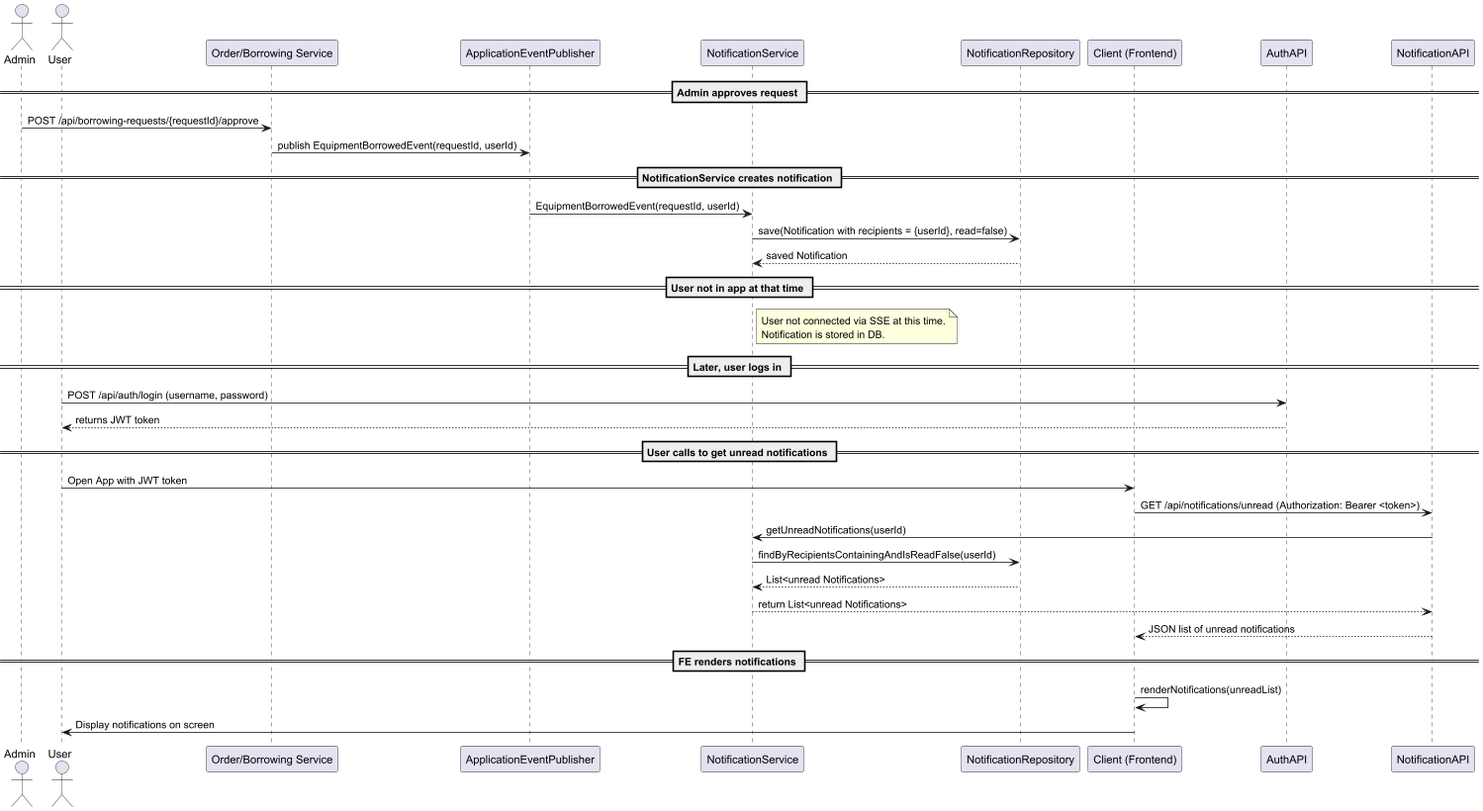
This is src/main/java/org/example/sem_backend/modules/notification_module/docs/getNotifySequence.png from tammysensitive2312/SEM_Software_back-end, a PlantUML export, as it was before one commit.
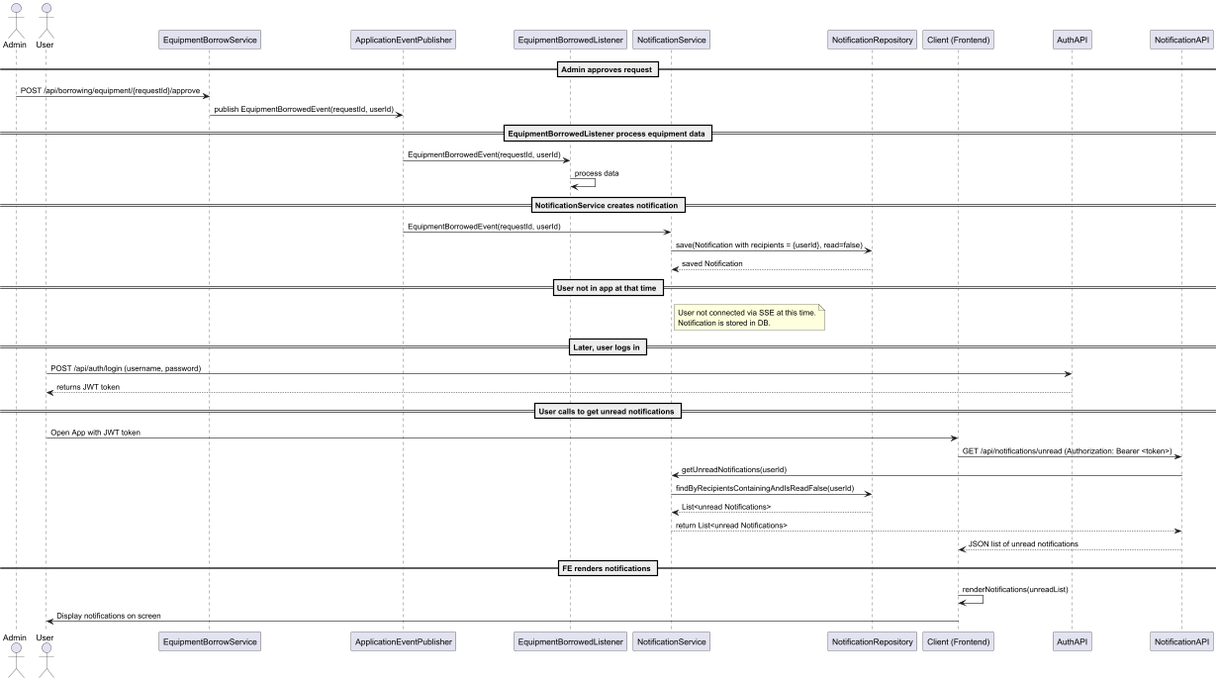
After the change.

Change to the diagram source:
```diff
@@ -1,8 +1,9 @@
 @startuml
 actor "Admin" as A
 actor "User" as U
-participant "Order/Borrowing Service" as BS
+participant "EquipmentBorrowService" as BS
 participant "ApplicationEventPublisher" as AEP
+participant "EquipmentBorrowedListener" as EL
 participant "NotificationService" as NS
 participant "NotificationRepository" as NR
 participant "Client (Frontend)" as FE
@@ -10,9 +11,12 @@
 participant "NotificationAPI" as NAPI
 
 == Admin approves request ==
-A -> BS: POST /api/borrowing-requests/{requestId}/approve
+A -> BS: POST /api/borrowing/equipment/{requestId}/approve
 BS -> AEP: publish EquipmentBorrowedEvent(requestId, userId)
 
+== EquipmentBorrowedListener process equipment data ==
+AEP -> EL: EquipmentBorrowedEvent(requestId, userId)
+EL -> EL : process data
 == NotificationService creates notification ==
 AEP -> NS: EquipmentBorrowedEvent(requestId, userId)
 NS -> NR: save(Notification with recipients = {userId}, read=false)
```
